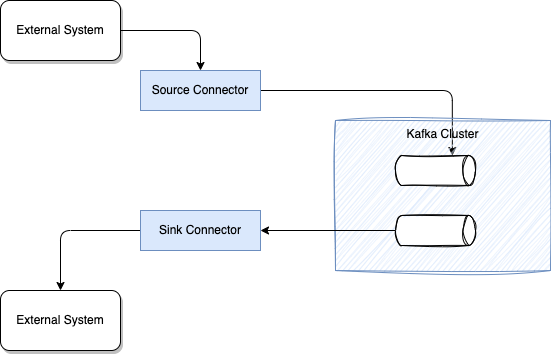
Above: docs/techno/kafka-connect/diagrams/kafka-connect.drawio.png in jbcodeforce/eda-studies (draw.io), before the change. Source tidied: cells renumbered, new cells last; positions are measured from the earlier drawing's top-left corner, leaving out a move shared by most shapes. Source of this version:
```xml
<mxGraphModel>
  <root>
    <mxCell id="0" />
    <mxCell id="1" parent="0" />
    <mxCell id="2" style="edgeStyle=orthogonalEdgeStyle;html=1;entryX=0;entryY=0;entryDx=0;entryDy=23.166030883789062;entryPerimeter=0;" parent="1" edge="1" source="3" target="10">
      <mxGeometry relative="1" as="geometry" />
    </mxCell>
    <mxCell id="3" value="Source Connector" style="rounded=0;whiteSpace=wrap;html=1;fillColor=#dae8fc;strokeColor=#6c8ebf;" parent="1" vertex="1">
      <mxGeometry x="140" y="70" width="120" height="40" as="geometry" />
    </mxCell>
    <mxCell id="4" style="edgeStyle=orthogonalEdgeStyle;html=1;" parent="1" edge="1" source="5" target="8">
      <mxGeometry relative="1" as="geometry" />
    </mxCell>
    <mxCell id="5" value="Sink Connector" style="rounded=0;whiteSpace=wrap;html=1;fillColor=#dae8fc;strokeColor=#6c8ebf;" parent="1" vertex="1">
      <mxGeometry x="140" y="210" width="120" height="40" as="geometry" />
    </mxCell>
    <mxCell id="6" style="edgeStyle=orthogonalEdgeStyle;html=1;entryX=0.5;entryY=0;entryDx=0;entryDy=0;" parent="1" edge="1" source="7" target="3">
      <mxGeometry relative="1" as="geometry" />
    </mxCell>
    <mxCell id="7" value="External System" style="rounded=1;whiteSpace=wrap;html=1;shadow=1;" parent="1" vertex="1">
      <mxGeometry width="120" height="60" as="geometry" />
    </mxCell>
    <mxCell id="8" value="External System" style="rounded=1;whiteSpace=wrap;html=1;shadow=1;" parent="1" vertex="1">
      <mxGeometry y="290" width="120" height="60" as="geometry" />
    </mxCell>
    <mxCell id="9" value="Kafka Cluster" style="rounded=0;whiteSpace=wrap;html=1;shadow=0;fillColor=#dae8fc;strokeColor=#6c8ebf;sketch=1;curveFitting=1;jiggle=2;verticalAlign=top;" parent="1" vertex="1">
      <mxGeometry x="335" y="120" width="215" height="150" as="geometry" />
    </mxCell>
    <mxCell id="10" style="shape=cylinder3;whiteSpace=wrap;html=1;boundedLbl=1;backgroundOutline=1;size=6.332061767578125;shadow=0;sketch=1;rotation=90;" parent="1" vertex="1">
      <mxGeometry x="420" y="130" width="30" height="80" as="geometry" />
    </mxCell>
    <mxCell id="11" style="edgeStyle=orthogonalEdgeStyle;html=1;entryX=1;entryY=0.5;entryDx=0;entryDy=0;" parent="1" edge="1" source="12" target="5">
      <mxGeometry relative="1" as="geometry" />
    </mxCell>
    <mxCell id="12" style="shape=cylinder3;whiteSpace=wrap;html=1;boundedLbl=1;backgroundOutline=1;size=6.332061767578125;shadow=0;sketch=1;rotation=90;" parent="1" vertex="1">
      <mxGeometry x="420" y="190" width="30" height="80" as="geometry" />
    </mxCell>
  </root>
</mxGraphModel>
```
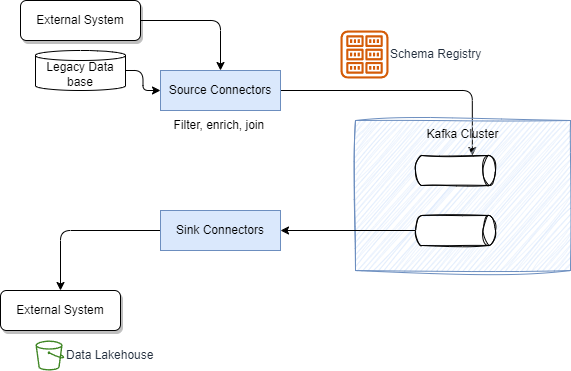
The same diagram one commit later.

The edit, as a diff of the source:
```diff
@@ -5,23 +5,23 @@
     <mxCell id="2" style="edgeStyle=orthogonalEdgeStyle;html=1;entryX=0;entryY=0;entryDx=0;entryDy=23.166030883789062;entryPerimeter=0;" parent="1" edge="1" source="3" target="10">
       <mxGeometry relative="1" as="geometry" />
     </mxCell>
-    <mxCell id="3" value="Source Connector" style="rounded=0;whiteSpace=wrap;html=1;fillColor=#dae8fc;strokeColor=#6c8ebf;" parent="1" vertex="1">
+    <mxCell id="3" value="Source Connectors" style="rounded=0;whiteSpace=wrap;html=1;fillColor=#dae8fc;strokeColor=#6c8ebf;" parent="1" vertex="1">
       <mxGeometry x="140" y="70" width="120" height="40" as="geometry" />
     </mxCell>
     <mxCell id="4" style="edgeStyle=orthogonalEdgeStyle;html=1;" parent="1" edge="1" source="5" target="8">
       <mxGeometry relative="1" as="geometry" />
     </mxCell>
-    <mxCell id="5" value="Sink Connector" style="rounded=0;whiteSpace=wrap;html=1;fillColor=#dae8fc;strokeColor=#6c8ebf;" parent="1" vertex="1">
+    <mxCell id="5" value="Sink Connectors" style="rounded=0;whiteSpace=wrap;html=1;fillColor=#dae8fc;strokeColor=#6c8ebf;" parent="1" vertex="1">
       <mxGeometry x="140" y="210" width="120" height="40" as="geometry" />
     </mxCell>
     <mxCell id="6" style="edgeStyle=orthogonalEdgeStyle;html=1;entryX=0.5;entryY=0;entryDx=0;entryDy=0;" parent="1" edge="1" source="7" target="3">
       <mxGeometry relative="1" as="geometry" />
     </mxCell>
     <mxCell id="7" value="External System" style="rounded=1;whiteSpace=wrap;html=1;shadow=1;" parent="1" vertex="1">
-      <mxGeometry width="120" height="60" as="geometry" />
+      <mxGeometry width="120" height="40" as="geometry" />
     </mxCell>
     <mxCell id="8" value="External System" style="rounded=1;whiteSpace=wrap;html=1;shadow=1;" parent="1" vertex="1">
-      <mxGeometry y="290" width="120" height="60" as="geometry" />
+      <mxGeometry x="-20" y="290" width="120" height="40" as="geometry" />
     </mxCell>
     <mxCell id="9" value="Kafka Cluster" style="rounded=0;whiteSpace=wrap;html=1;shadow=0;fillColor=#dae8fc;strokeColor=#6c8ebf;sketch=1;curveFitting=1;jiggle=2;verticalAlign=top;" parent="1" vertex="1">
       <mxGeometry x="335" y="120" width="215" height="150" as="geometry" />
@@ -35,5 +35,20 @@
     <mxCell id="12" style="shape=cylinder3;whiteSpace=wrap;html=1;boundedLbl=1;backgroundOutline=1;size=6.332061767578125;shadow=0;sketch=1;rotation=90;" parent="1" vertex="1">
       <mxGeometry x="420" y="190" width="30" height="80" as="geometry" />
     </mxCell>
+    <mxCell id="13" style="edgeStyle=orthogonalEdgeStyle;html=1;entryX=0;entryY=0.5;entryDx=0;entryDy=0;" parent="1" edge="1" source="14" target="3">
+      <mxGeometry relative="1" as="geometry" />
+    </mxCell>
+    <mxCell id="14" value="Legacy Data base" style="shape=cylinder3;whiteSpace=wrap;html=1;boundedLbl=1;backgroundOutline=1;size=5;" parent="1" vertex="1">
+      <mxGeometry x="15" y="50" width="90" height="40" as="geometry" />
+    </mxCell>
+    <mxCell id="15" value="Data Lakehouse" style="sketch=0;fontColor=#232F3E;gradientColor=none;fillColor=#3F8624;strokeColor=none;dashed=0;verticalLabelPosition=middle;verticalAlign=middle;align=left;html=1;fontSize=12;fontStyle=0;shape=mxgraph.aws4.bucket;labelPosition=right;" parent="1" vertex="1">
+      <mxGeometry x="15" y="340" width="28.9" height="30" as="geometry" />
+    </mxCell>
+    <mxCell id="16" value="Schema Registry" style="sketch=0;fontColor=#232F3E;gradientColor=none;fillColor=#D45B07;strokeColor=none;dashed=0;verticalLabelPosition=middle;verticalAlign=middle;align=left;html=1;fontSize=12;fontStyle=0;shape=mxgraph.aws4.registry;labelPosition=right;" parent="1" vertex="1">
+      <mxGeometry x="320" y="30" width="48" height="48" as="geometry" />
+    </mxCell>
+    <mxCell id="17" value="Filter, enrich, join&amp;nbsp;" style="text;html=1;align=center;verticalAlign=middle;strokeColor=none;fillColor=none;" parent="1" vertex="1">
+      <mxGeometry x="140" y="110" width="120" height="30" as="geometry" />
+    </mxCell>
   </root>
 </mxGraphModel>
```
